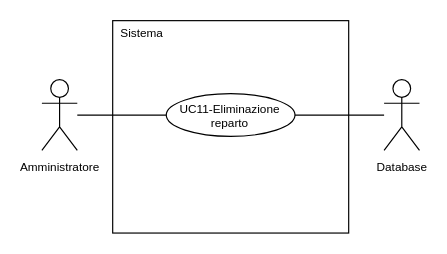
Before: 2-RTB/Analisi_dei_requisiti/draw.io/UC12.drawio in SnakeByteTeam/snakebyteteam.github.io, a draw.io diagram. Source tidied: cells renumbered, new cells numbered last; positions are measured from the earlier drawing's top-left corner, leaving out a move shared by most shapes. Both pictures are drawn from the tidied source at 118%, with x=0, y=0 at pixel (41, 20).
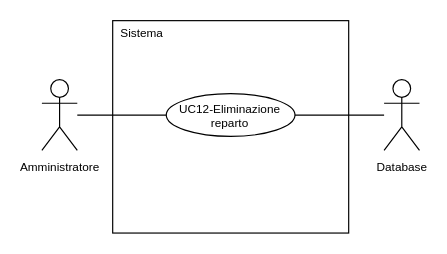
The same page after the edit.

Change to the diagram source:
```diff
@@
 <mxGraphModel>
   <root>
     <mxCell id="0" />
     <mxCell id="1" parent="0" />
     <mxCell id="2" value="&lt;font style=&quot;font-size: 10px; line-height: 100%;&quot;&gt;Amministratore&lt;/font&gt;" style="shape=umlActor;verticalLabelPosition=bottom;verticalAlign=top;html=1;outlineConnect=0;" parent="1" vertex="1">
       <mxGeometry y="50" width="30" height="60" as="geometry" />
     </mxCell>
     <mxCell id="3" style="rounded=0;whiteSpace=wrap;html=1;" parent="1" vertex="1">
       <mxGeometry x="60" width="200" height="180" as="geometry" />
     </mxCell>
     <mxCell id="4" style="edgeStyle=orthogonalEdgeStyle;rounded=0;jettySize=auto;html=1;exitX=0;exitY=0.5;exitDx=0;exitDy=0;endArrow=none;endFill=0;" parent="1" edge="1" source="5" target="2">
       <mxGeometry relative="1" as="geometry" />
     </mxCell>
-    <mxCell id="5" value="&lt;div style=&quot;line-height: 100%;&quot;&gt;&lt;div&gt;&lt;font style=&quot;line-height: 100%; font-size: 10px;&quot;&gt;UC11-Eliminazione&lt;/font&gt;&lt;/div&gt;&lt;div&gt;&lt;font style=&quot;line-height: 100%; font-size: 10px;&quot;&gt;reparto&lt;/font&gt;&lt;/div&gt;&lt;/div&gt;" style="ellipse;whiteSpace=wrap;html=1;" parent="1" vertex="1">
+    <mxCell id="5" value="&lt;div style=&quot;line-height: 100%;&quot;&gt;&lt;div&gt;&lt;font style=&quot;line-height: 100%; font-size: 10px;&quot;&gt;UC12-Eliminazione&lt;/font&gt;&lt;/div&gt;&lt;div&gt;&lt;font style=&quot;line-height: 100%; font-size: 10px;&quot;&gt;reparto&lt;/font&gt;&lt;/div&gt;&lt;/div&gt;" style="ellipse;whiteSpace=wrap;html=1;" parent="1" vertex="1">
       <mxGeometry x="105.4" y="61.9" width="109.1" height="36.2" as="geometry" />
     </mxCell>
     <mxCell id="6" value="&lt;font style=&quot;font-size: 10px;&quot;&gt;Sistema&lt;/font&gt;" style="text;html=1;whiteSpace=wrap;strokeColor=none;fillColor=none;align=center;verticalAlign=middle;rounded=0;" parent="1" vertex="1">
       <mxGeometry x="60" width="50" height="20" as="geometry" />
     </mxCell>
     <mxCell id="7" style="edgeStyle=orthogonalEdgeStyle;rounded=0;jettySize=auto;html=1;entryX=1;entryY=0.5;entryDx=0;entryDy=0;endArrow=none;endFill=0;" parent="1" edge="1" source="8" target="5">
       <mxGeometry relative="1" as="geometry" />
     </mxCell>
     <mxCell id="8" value="&lt;font style=&quot;font-size: 10px; line-height: 100%;&quot;&gt;Database&lt;/font&gt;" style="shape=umlActor;verticalLabelPosition=bottom;verticalAlign=top;html=1;outlineConnect=0;" parent="1" vertex="1">
       <mxGeometry x="290" y="50" width="30" height="60" as="geometry" />
     </mxCell>
   </root>
 </mxGraphModel>
```
